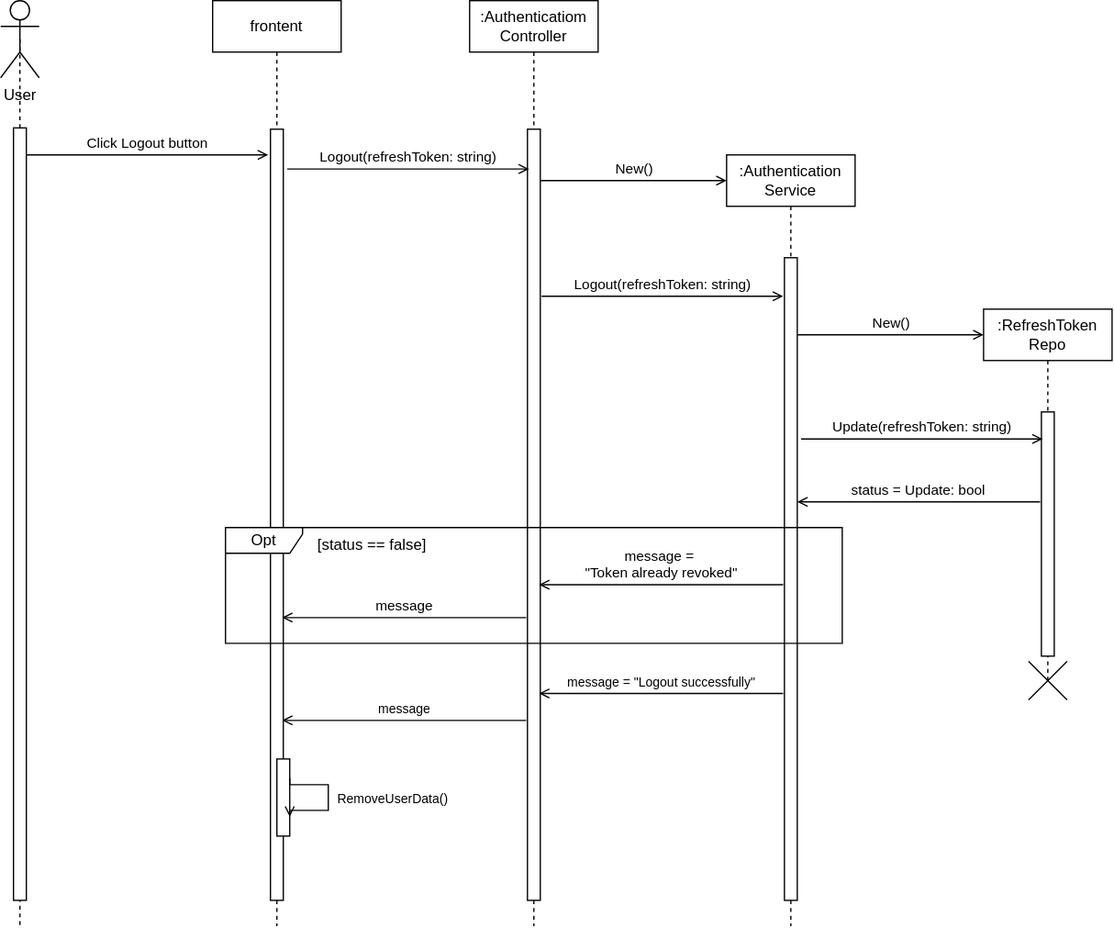
Earlier version of the draw.io export Diagram/Sequence/Logout.svg (Davidemad24/WisdomSystem). Source tidied: cells renumbered, new cells last; positions are measured from the earlier drawing's top-left corner, leaving out a move shared by most shapes.
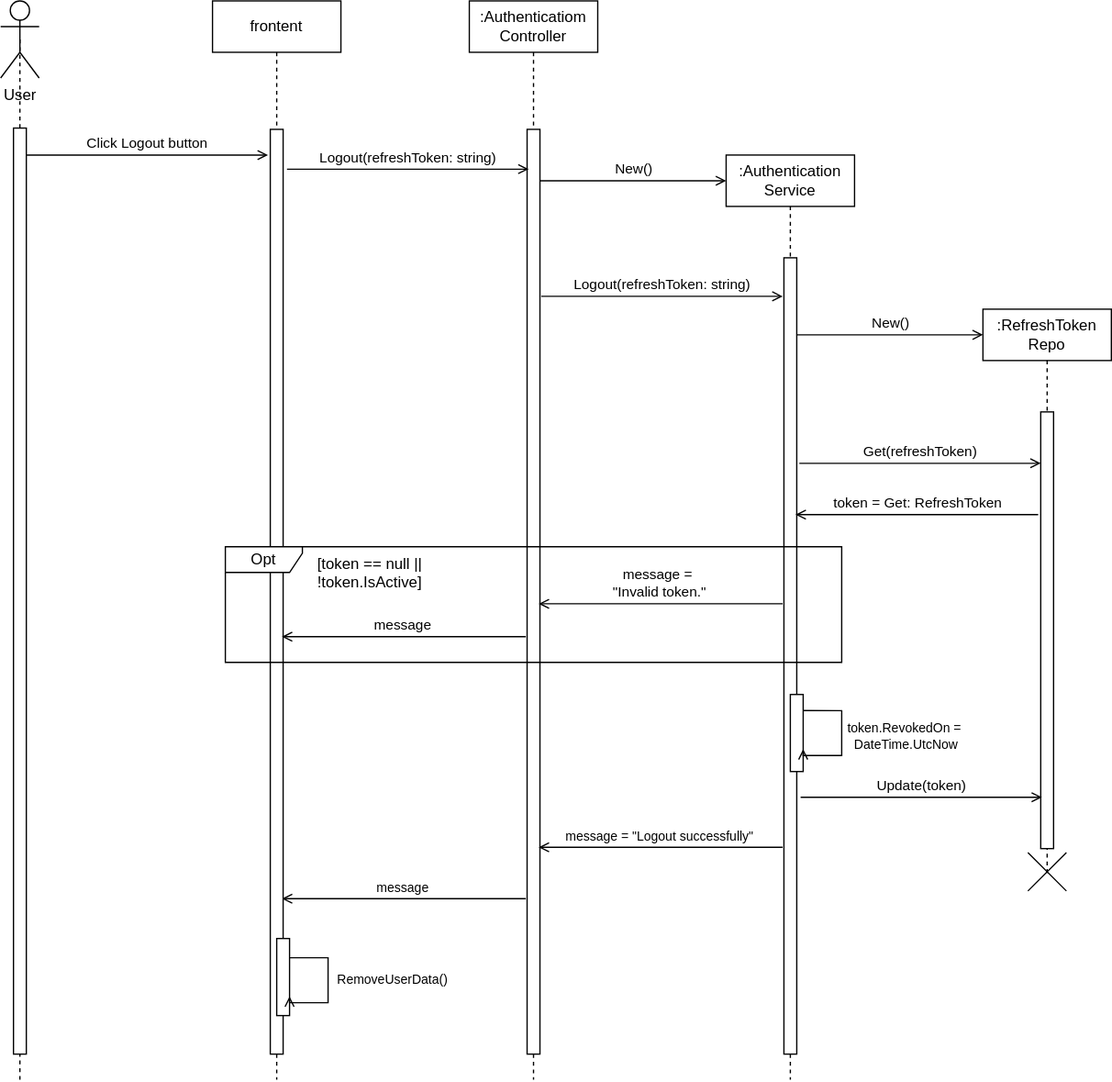
After the commit.

Diff of the diagram source:
```diff
@@ -3,16 +3,16 @@
     <mxCell id="0" />
     <mxCell id="1" parent="0" />
     <mxCell id="2" value=":Authenticatiom&lt;div&gt;Controller&lt;/div&gt;" style="shape=umlLifeline;perimeter=lifelinePerimeter;whiteSpace=wrap;html=1;newEdgeStyle={&quot;edgeStyle&quot;:&quot;elbowEdgeStyle&quot;,&quot;elbow&quot;:&quot;vertical&quot;,&quot;curved&quot;:0,&quot;rounded&quot;:0};" parent="1" vertex="1">
-      <mxGeometry x="365" width="100" height="720" as="geometry" />
+      <mxGeometry x="365" width="100" height="840" as="geometry" />
     </mxCell>
     <mxCell id="3" style="html=1;points=[];perimeter=orthogonalPerimeter;outlineConnect=0;targetShapes=umlLifeline;portConstraint=eastwest;newEdgeStyle={&quot;edgeStyle&quot;:&quot;elbowEdgeStyle&quot;,&quot;elbow&quot;:&quot;vertical&quot;,&quot;curved&quot;:0,&quot;rounded&quot;:0};" parent="2" vertex="1">
-      <mxGeometry x="45" y="100" width="10" height="600" as="geometry" />
+      <mxGeometry x="45" y="100" width="10" height="720" as="geometry" />
     </mxCell>
     <mxCell id="4" value=":Authentication&lt;div&gt;Service&lt;/div&gt;" style="shape=umlLifeline;perimeter=lifelinePerimeter;whiteSpace=wrap;html=1;newEdgeStyle={&quot;edgeStyle&quot;:&quot;elbowEdgeStyle&quot;,&quot;elbow&quot;:&quot;vertical&quot;,&quot;curved&quot;:0,&quot;rounded&quot;:0};" parent="1" vertex="1">
-      <mxGeometry x="565" y="120" width="100" height="600" as="geometry" />
+      <mxGeometry x="565" y="120" width="100" height="720" as="geometry" />
     </mxCell>
     <mxCell id="5" style="html=1;perimeter=orthogonalPerimeter;targetShapes=umlLifeline;newEdgeStyle={&quot;edgeStyle&quot;:&quot;elbowEdgeStyle&quot;,&quot;elbow&quot;:&quot;vertical&quot;,&quot;curved&quot;:0,&quot;rounded&quot;:0};" parent="4" vertex="1">
-      <mxGeometry x="45" y="80" width="10" height="500" as="geometry" />
+      <mxGeometry x="45" y="80" width="10" height="620" as="geometry" />
     </mxCell>
     <mxCell id="6" value="User" style="shape=umlActor;verticalLabelPosition=bottom;verticalAlign=top;html=1;outlineConnect=0;" parent="1" vertex="1">
       <mxGeometry width="30" height="60" as="geometry" />
@@ -22,11 +22,11 @@
     </mxCell>
     <mxCell id="8" style="endArrow=none;dashed=1;html=1;rounded=0;entryX=0.5;entryY=0.5;entryDx=0;entryDy=0;entryPerimeter=0;" parent="1" edge="1" target="9">
       <mxGeometry relative="1" as="geometry">
-        <mxPoint x="15" y="719.2" as="sourcePoint" />
+        <mxPoint x="15" y="840" as="sourcePoint" />
       </mxGeometry>
     </mxCell>
     <mxCell id="9" style="rounded=0;whiteSpace=wrap;html=1;" parent="1" vertex="1">
-      <mxGeometry x="10" y="99" width="10" height="601" as="geometry" />
+      <mxGeometry x="10" y="99" width="10" height="721" as="geometry" />
     </mxCell>
     <mxCell id="10" value="Logout(refreshToken: string)" style="html=1;verticalAlign=bottom;labelBackgroundColor=none;endArrow=open;endFill=0;rounded=0;exitX=1.28;exitY=0.094;exitDx=0;exitDy=0;exitPerimeter=0;" parent="1" edge="1">
       <mxGeometry relative="1" as="geometry">
@@ -35,10 +35,10 @@
       </mxGeometry>
     </mxCell>
     <mxCell id="11" value=":RefreshToken Repo" style="shape=umlLifeline;perimeter=lifelinePerimeter;whiteSpace=wrap;html=1;newEdgeStyle={&quot;edgeStyle&quot;:&quot;elbowEdgeStyle&quot;,&quot;elbow&quot;:&quot;vertical&quot;,&quot;curved&quot;:0,&quot;rounded&quot;:0};" parent="1" vertex="1">
-      <mxGeometry x="765" y="240" width="100" height="290" as="geometry" />
+      <mxGeometry x="765" y="240" width="100" height="440" as="geometry" />
     </mxCell>
     <mxCell id="12" style="html=1;perimeter=orthogonalPerimeter;targetShapes=umlLifeline;newEdgeStyle={&quot;edgeStyle&quot;:&quot;elbowEdgeStyle&quot;,&quot;elbow&quot;:&quot;vertical&quot;,&quot;curved&quot;:0,&quot;rounded&quot;:0};" parent="11" vertex="1">
-      <mxGeometry x="45" y="80" width="10" height="190" as="geometry" />
+      <mxGeometry x="45" y="80" width="10" height="340" as="geometry" />
     </mxCell>
     <mxCell id="13" value="New()" style="html=1;verticalAlign=bottom;labelBackgroundColor=none;endArrow=open;endFill=0;rounded=0;" parent="1" edge="1" source="3">
       <mxGeometry relative="1" as="geometry">
@@ -57,53 +57,27 @@
         <mxPoint x="765" y="260" as="targetPoint" />
       </mxGeometry>
     </mxCell>
-    <mxCell id="16" value="Update(refreshToken: string)" style="html=1;verticalAlign=bottom;labelBackgroundColor=none;endArrow=open;endFill=0;rounded=0;exitX=1.28;exitY=0.094;exitDx=0;exitDy=0;exitPerimeter=0;" parent="1" edge="1">
+    <mxCell id="16" value="Update(token)" style="html=1;verticalAlign=bottom;labelBackgroundColor=none;endArrow=open;endFill=0;rounded=0;exitX=1.28;exitY=0.094;exitDx=0;exitDy=0;exitPerimeter=0;" parent="1" edge="1">
       <mxGeometry relative="1" as="geometry">
-        <mxPoint x="623" y="341" as="sourcePoint" />
-        <mxPoint x="811" y="341" as="targetPoint" />
+        <mxPoint x="623" y="620" as="sourcePoint" />
+        <mxPoint x="811" y="620" as="targetPoint" />
       </mxGeometry>
     </mxCell>
-    <mxCell id="17" value="status = Update: bool" style="html=1;verticalAlign=bottom;labelBackgroundColor=none;endArrow=open;endFill=0;rounded=0;" parent="1" edge="1">
-      <mxGeometry relative="1" as="geometry">
-        <mxPoint x="809" y="390" as="sourcePoint" />
-        <mxPoint x="620" y="390" as="targetPoint" />
-      </mxGeometry>
-    </mxCell>
     <mxCell id="18" style="shape=umlDestroy;html=1;" parent="1" vertex="1">
-      <mxGeometry x="800" y="514" width="30" height="30" as="geometry" />
+      <mxGeometry x="800" y="663" width="30" height="30" as="geometry" />
     </mxCell>
     <mxCell id="19" value="&lt;span style=&quot;font-size: 10px;&quot;&gt;message&lt;/span&gt;" style="html=1;verticalAlign=bottom;labelBackgroundColor=none;endArrow=open;endFill=0;rounded=0;" parent="1" edge="1">
       <mxGeometry relative="1" as="geometry">
-        <mxPoint x="409" y="560" as="sourcePoint" />
-        <mxPoint x="219" y="560" as="targetPoint" />
+        <mxPoint x="409" y="699" as="sourcePoint" />
+        <mxPoint x="219" y="699" as="targetPoint" />
       </mxGeometry>
     </mxCell>
     <mxCell id="20" value="frontent" style="shape=umlLifeline;perimeter=lifelinePerimeter;whiteSpace=wrap;html=1;newEdgeStyle={&quot;edgeStyle&quot;:&quot;elbowEdgeStyle&quot;,&quot;elbow&quot;:&quot;vertical&quot;,&quot;curved&quot;:0,&quot;rounded&quot;:0};" parent="1" vertex="1">
-      <mxGeometry x="165" width="100" height="720" as="geometry" />
+      <mxGeometry x="165" width="100" height="840" as="geometry" />
     </mxCell>
     <mxCell id="21" style="html=1;perimeter=orthogonalPerimeter;targetShapes=umlLifeline;newEdgeStyle={&quot;edgeStyle&quot;:&quot;elbowEdgeStyle&quot;,&quot;elbow&quot;:&quot;vertical&quot;,&quot;curved&quot;:0,&quot;rounded&quot;:0};" parent="20" vertex="1">
-      <mxGeometry x="45" y="100" width="10" height="600" as="geometry" />
+      <mxGeometry x="45" y="100" width="10" height="720" as="geometry" />
     </mxCell>
-    <mxCell id="22" value="Opt" style="shape=umlFrame;whiteSpace=wrap;html=1;width=60;height=20;" parent="1" vertex="1">
-      <mxGeometry x="175" y="410" width="480" height="90" as="geometry" />
-    </mxCell>
-    <mxCell id="23" value="[status == false]" style="text;html=1;" parent="22" vertex="1">
-      <mxGeometry width="100" height="20" relative="1" as="geometry">
-        <mxPoint x="70" as="offset" />
-      </mxGeometry>
-    </mxCell>
-    <mxCell id="24" value="message" style="html=1;verticalAlign=bottom;labelBackgroundColor=none;endArrow=open;endFill=0;rounded=0;" parent="22" edge="1">
-      <mxGeometry relative="1" as="geometry">
-        <mxPoint x="234" y="70" as="sourcePoint" />
-        <mxPoint x="44" y="70" as="targetPoint" />
-      </mxGeometry>
-    </mxCell>
-    <mxCell id="25" value="message =&amp;nbsp;&lt;div&gt;&quot;Token already revoked&quot;&lt;/div&gt;" style="html=1;verticalAlign=bottom;labelBackgroundColor=none;endArrow=open;endFill=0;rounded=0;" parent="22" edge="1">
-      <mxGeometry relative="1" as="geometry">
-        <mxPoint x="434" y="44.4" as="sourcePoint" />
-        <mxPoint x="244" y="44.4" as="targetPoint" />
-      </mxGeometry>
-    </mxCell>
     <mxCell id="26" value="Click Logout button" style="html=1;verticalAlign=bottom;labelBackgroundColor=none;endArrow=open;endFill=0;rounded=0;exitX=1.28;exitY=0.094;exitDx=0;exitDy=0;exitPerimeter=0;" parent="1" edge="1">
       <mxGeometry relative="1" as="geometry">
         <mxPoint x="20" y="120" as="sourcePoint" />
@@ -111,24 +85,69 @@
       </mxGeometry>
     </mxCell>
     <mxCell id="27" style="rounded=0;whiteSpace=wrap;html=1;" parent="1" vertex="1">
-      <mxGeometry x="215" y="590" width="10" height="60" as="geometry" />
+      <mxGeometry x="215" y="730" width="10" height="60" as="geometry" />
     </mxCell>
     <mxCell id="28" value="&lt;span style=&quot;font-size: 10px;&quot;&gt;RemoveUserData()&lt;/span&gt;" style="html=1;verticalAlign=bottom;labelBackgroundColor=none;endArrow=open;endFill=0;rounded=0;exitX=1;exitY=0.25;exitDx=0;exitDy=0;entryX=1;entryY=0.75;entryDx=0;entryDy=0;edgeStyle=orthogonalEdgeStyle;innerLoopWaypoints=1;" parent="1" edge="1" source="27" target="27">
-      <mxGeometry x="0.22" y="-50" relative="1" as="geometry">
+      <mxGeometry x="0.1" y="50" relative="1" as="geometry">
         <Array as="points">
-          <mxPoint x="225" y="610" />
-          <mxPoint x="255" y="610" />
-          <mxPoint x="255" y="630" />
-          <mxPoint x="225" y="630" />
+          <mxPoint x="255" y="745" />
+          <mxPoint x="255" y="780" />
+          <mxPoint x="225" y="780" />
         </Array>
-        <mxPoint x="50" y="50" as="offset" />
       </mxGeometry>
     </mxCell>
     <mxCell id="29" value="&lt;span style=&quot;font-size: 10px;&quot;&gt;message = &quot;Logout successfully&quot;&lt;/span&gt;" style="html=1;verticalAlign=bottom;labelBackgroundColor=none;endArrow=open;endFill=0;rounded=0;" parent="1" edge="1">
       <mxGeometry relative="1" as="geometry">
-        <mxPoint x="609" y="539" as="sourcePoint" />
-        <mxPoint x="419" y="539" as="targetPoint" />
+        <mxPoint x="609" y="659" as="sourcePoint" />
+        <mxPoint x="419" y="659" as="targetPoint" />
       </mxGeometry>
     </mxCell>
+    <mxCell id="30" value="Get(refreshToken)" style="html=1;verticalAlign=bottom;labelBackgroundColor=none;endArrow=open;endFill=0;rounded=0;exitX=1.28;exitY=0.094;exitDx=0;exitDy=0;exitPerimeter=0;" parent="1" edge="1">
+      <mxGeometry relative="1" as="geometry">
+        <mxPoint x="622" y="360" as="sourcePoint" />
+        <mxPoint x="810" y="360" as="targetPoint" />
+      </mxGeometry>
+    </mxCell>
+    <mxCell id="31" value="token = Get: RefreshToken" style="html=1;verticalAlign=bottom;labelBackgroundColor=none;endArrow=open;endFill=0;rounded=0;" parent="1" edge="1">
+      <mxGeometry relative="1" as="geometry">
+        <mxPoint x="808" y="400" as="sourcePoint" />
+        <mxPoint x="619" y="400" as="targetPoint" />
+      </mxGeometry>
+    </mxCell>
+    <mxCell id="22" value="Opt" style="shape=umlFrame;whiteSpace=wrap;html=1;width=60;height=20;" parent="1" vertex="1">
+      <mxGeometry x="175" y="425" width="480" height="90" as="geometry" />
+    </mxCell>
+    <mxCell id="32" value="[token == null ||&amp;nbsp;&lt;div&gt;!token.IsActive]&lt;/div&gt;" style="text;html=1;" parent="22" vertex="1">
+      <mxGeometry width="100" height="20" relative="1" as="geometry">
+        <mxPoint x="70" as="offset" />
+      </mxGeometry>
+    </mxCell>
+    <mxCell id="24" value="message" style="html=1;verticalAlign=bottom;labelBackgroundColor=none;endArrow=open;endFill=0;rounded=0;" parent="22" edge="1">
+      <mxGeometry relative="1" as="geometry">
+        <mxPoint x="234" y="70" as="sourcePoint" />
+        <mxPoint x="44" y="70" as="targetPoint" />
+      </mxGeometry>
+    </mxCell>
+    <mxCell id="33" value="message =&amp;nbsp;&lt;div&gt;&quot;Invalid token.&quot;&lt;/div&gt;" style="html=1;verticalAlign=bottom;labelBackgroundColor=none;endArrow=open;endFill=0;rounded=0;" parent="22" edge="1">
+      <mxGeometry relative="1" as="geometry">
+        <mxPoint x="434" y="44.4" as="sourcePoint" />
+        <mxPoint x="244" y="44.4" as="targetPoint" />
+      </mxGeometry>
+    </mxCell>
+    <mxCell id="34" style="rounded=0;whiteSpace=wrap;html=1;" parent="1" vertex="1">
+      <mxGeometry x="615" y="540" width="10" height="60" as="geometry" />
+    </mxCell>
+    <mxCell id="35" value="&lt;span style=&quot;font-size: 10px;&quot;&gt;token.RevokedOn =&amp;nbsp;&lt;/span&gt;&lt;div&gt;&lt;span style=&quot;font-size: 10px;&quot;&gt;DateTime.UtcNow&lt;/span&gt;&lt;/div&gt;" style="html=1;verticalAlign=bottom;labelBackgroundColor=none;endArrow=open;endFill=0;rounded=0;exitX=1;exitY=0.25;exitDx=0;exitDy=0;entryX=1;entryY=0.75;entryDx=0;entryDy=0;edgeStyle=orthogonalEdgeStyle;innerLoopWaypoints=1;" parent="1" edge="1">
+      <mxGeometry x="0.3" y="-50" relative="1" as="geometry">
+        <mxPoint x="625" y="552.5" as="sourcePoint" />
+        <mxPoint x="625" y="582.5" as="targetPoint" />
+        <Array as="points">
+          <mxPoint x="655" y="552.5" />
+          <mxPoint x="655" y="587.5" />
+          <mxPoint x="625" y="587.5" />
+        </Array>
+        <mxPoint x="51" y="50" as="offset" />
+      </mxGeometry>
+    </mxCell>
   </root>
 </mxGraphModel>
```
